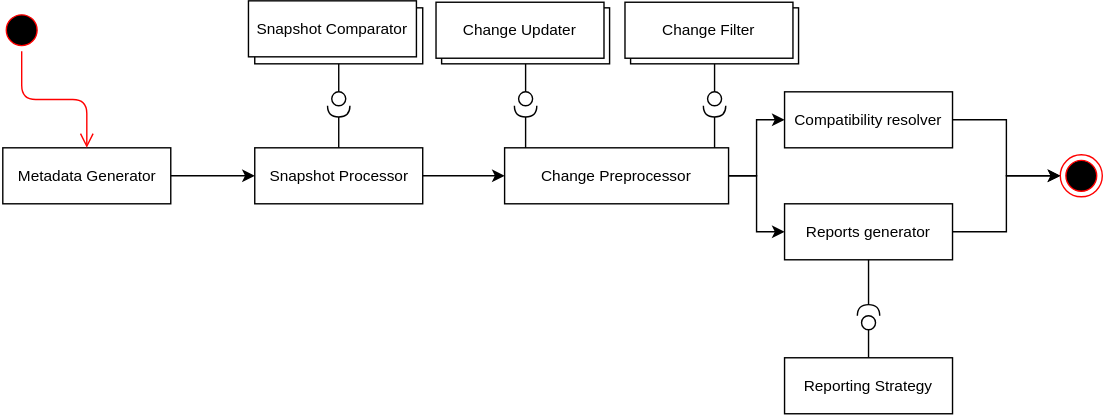
pavel-surinin/sigtest keeps this draw.io diagram as docs/sigtest flow diagramm.svg. Above is the earlier version. Source tidied: cells renumbered, new cells last; positions are measured from the earlier drawing's top-left corner, leaving out a move shared by most shapes.
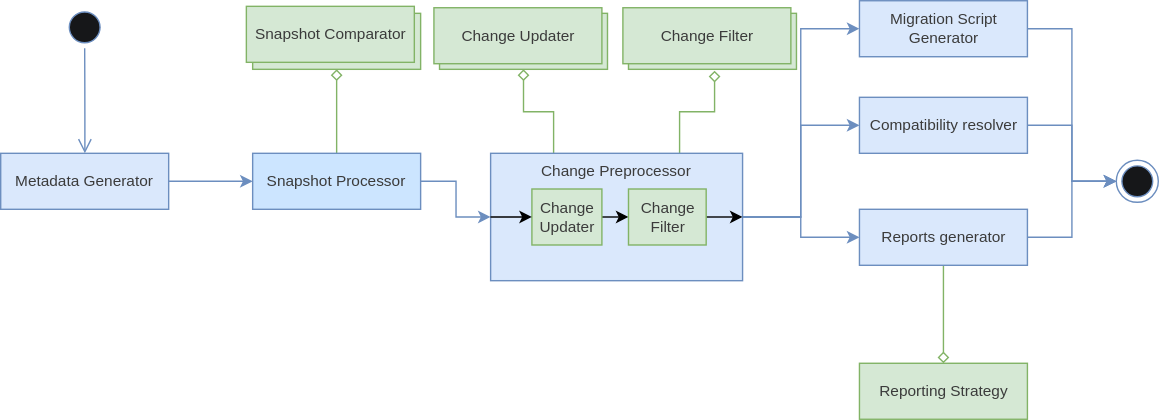
The same file after the commit.

Diff of the diagram source:
```diff
@@ -2,127 +2,109 @@
   <root>
     <mxCell id="0" />
     <mxCell id="1" parent="0" />
-    <mxCell id="2" style="edgeStyle=orthogonalEdgeStyle;rounded=0;jettySize=auto;html=1;exitX=1;exitY=0.5;exitDx=0;exitDy=0;entryX=0;entryY=0.5;entryDx=0;entryDy=0;fontSize=11;" parent="1" edge="1" source="3" target="5">
-      <mxGeometry relative="1" as="geometry">
-        <Array as="points">
-          <mxPoint x="145" y="125" />
-          <mxPoint x="145" y="125" />
-        </Array>
-      </mxGeometry>
+    <mxCell id="2" style="rounded=0;jettySize=auto;html=1;exitX=1;exitY=0.5;exitDx=0;exitDy=0;entryX=0;entryY=0.5;entryDx=0;entryDy=0;fontSize=11;shadow=0;strokeWidth=1;fillColor=#dae8fc;strokeColor=#6C8EBF;edgeStyle=elbowEdgeStyle;fontColor=#3B3B3B;" parent="1" edge="1" source="3" target="5">
+      <mxGeometry relative="1" as="geometry" />
     </mxCell>
-    <mxCell id="3" value="Metadata Generator" style="rounded=0;whiteSpace=wrap;html=1;fontSize=11;" parent="1" vertex="1">
+    <mxCell id="3" value="Metadata Generator" style="rounded=0;whiteSpace=wrap;html=1;fontSize=11;shadow=0;strokeWidth=1;fillColor=#dae8fc;strokeColor=#6c8ebf;fontColor=#3B3B3B;" parent="1" vertex="1">
       <mxGeometry x="1.5" y="105" width="120" height="40" as="geometry" />
     </mxCell>
-    <mxCell id="4" style="edgeStyle=orthogonalEdgeStyle;rounded=0;jettySize=auto;html=1;exitX=1;exitY=0.5;exitDx=0;exitDy=0;fontSize=11;" parent="1" edge="1" source="5" target="20">
+    <mxCell id="4" style="rounded=0;jettySize=auto;html=1;exitX=1;exitY=0.5;exitDx=0;exitDy=0;fontSize=11;shadow=0;strokeWidth=1;fillColor=#cce5ff;strokeColor=#6C8EBF;entryX=0;entryY=0.5;entryDx=0;entryDy=0;edgeStyle=elbowEdgeStyle;fontColor=#3B3B3B;" parent="1" edge="1" source="5" target="20">
       <mxGeometry relative="1" as="geometry" />
     </mxCell>
+    <mxCell id="35" style="edgeStyle=elbowEdgeStyle;rounded=0;jettySize=auto;elbow=vertical;html=1;exitX=0.5;exitY=0;exitDx=0;exitDy=0;entryX=0.5;entryY=1;entryDx=0;entryDy=0;endArrow=diamond;endFill=0;fillColor=#d5e8d4;strokeColor=#82b366;fontColor=#3B3B3B;" parent="1" edge="1" source="5" target="16">
+      <mxGeometry relative="1" as="geometry" />
+    </mxCell>
-    <mxCell id="5" value="Snapshot Processor" style="rounded=0;whiteSpace=wrap;html=1;fontSize=11;" parent="1" vertex="1">
+    <mxCell id="5" value="Snapshot Processor" style="rounded=0;whiteSpace=wrap;html=1;fontSize=11;shadow=0;strokeWidth=1;fillColor=#cce5ff;strokeColor=#6C8EBF;fontColor=#3B3B3B;" parent="1" vertex="1">
       <mxGeometry x="181.5" y="105" width="120" height="40" as="geometry" />
     </mxCell>
-    <mxCell id="6" style="ellipse;html=1;shape=endState;fillColor=#000000;strokeColor=#ff0000;fontSize=11;" parent="1" vertex="1">
-      <mxGeometry x="757" y="110" width="30" height="30" as="geometry" />
+    <mxCell id="6" style="ellipse;html=1;shape=endState;fillColor=#161719;strokeColor=#6c8ebf;fontSize=11;shadow=0;strokeWidth=1;fontColor=#3B3B3B;" parent="1" vertex="1">
+      <mxGeometry x="798.5" y="110" width="30" height="30" as="geometry" />
     </mxCell>
-    <mxCell id="7" style="edgeStyle=orthogonalEdgeStyle;rounded=0;jettySize=auto;html=1;exitX=1;exitY=0.5;exitDx=0;exitDy=0;fontSize=11;entryX=0;entryY=0.5;entryDx=0;entryDy=0;" parent="1" edge="1" source="8" target="6">
+    <mxCell id="7" style="rounded=0;jettySize=auto;html=1;exitX=1;exitY=0.5;exitDx=0;exitDy=0;fontSize=11;entryX=0;entryY=0.5;entryDx=0;entryDy=0;shadow=0;strokeWidth=1;fillColor=#dae8fc;strokeColor=#6c8ebf;edgeStyle=elbowEdgeStyle;fontColor=#3B3B3B;" parent="1" edge="1" source="8" target="6">
       <mxGeometry relative="1" as="geometry" />
     </mxCell>
-    <mxCell id="8" value="Compatibility resolver" style="rounded=0;whiteSpace=wrap;html=1;fontSize=11;" parent="1" vertex="1">
-      <mxGeometry x="560" y="65" width="120" height="40" as="geometry" />
+    <mxCell id="8" value="Compatibility resolver" style="rounded=0;whiteSpace=wrap;html=1;fontSize=11;shadow=0;strokeWidth=1;fillColor=#dae8fc;strokeColor=#6c8ebf;fontColor=#3B3B3B;" parent="1" vertex="1">
+      <mxGeometry x="615" y="65" width="120" height="40" as="geometry" />
     </mxCell>
-    <mxCell id="9" style="edgeStyle=orthogonalEdgeStyle;rounded=0;jettySize=auto;html=1;exitX=1;exitY=0.5;exitDx=0;exitDy=0;entryX=0;entryY=0.5;entryDx=0;entryDy=0;fontSize=11;" parent="1" edge="1" source="10" target="6">
+    <mxCell id="9" style="rounded=0;jettySize=auto;html=1;exitX=1;exitY=0.5;exitDx=0;exitDy=0;entryX=0;entryY=0.5;entryDx=0;entryDy=0;fontSize=11;shadow=0;strokeWidth=1;fillColor=#dae8fc;strokeColor=#6c8ebf;edgeStyle=elbowEdgeStyle;fontColor=#3B3B3B;" parent="1" edge="1" source="10" target="6">
       <mxGeometry relative="1" as="geometry" />
     </mxCell>
+    <mxCell id="36" style="edgeStyle=elbowEdgeStyle;rounded=0;jettySize=auto;html=1;exitX=0.5;exitY=1;exitDx=0;exitDy=0;entryX=0.5;entryY=0;entryDx=0;entryDy=0;endArrow=diamond;endFill=0;elbow=vertical;fillColor=#d5e8d4;strokeColor=#82b366;fontColor=#3B3B3B;" parent="1" edge="1" source="10" target="34">
+      <mxGeometry relative="1" as="geometry" />
+    </mxCell>
-    <mxCell id="10" value="Reports generator" style="rounded=0;whiteSpace=wrap;html=1;fontSize=11;" parent="1" vertex="1">
-      <mxGeometry x="560" y="145" width="120" height="40" as="geometry" />
+    <mxCell id="10" value="Reports generator" style="rounded=0;whiteSpace=wrap;html=1;fontSize=11;shadow=0;strokeWidth=1;fillColor=#dae8fc;strokeColor=#6c8ebf;fontColor=#3B3B3B;" parent="1" vertex="1">
+      <mxGeometry x="615" y="145" width="120" height="40" as="geometry" />
     </mxCell>
-    <mxCell id="11" style="ellipse;html=1;shape=startState;fillColor=#000000;strokeColor=#ff0000;fontSize=11;" parent="1" vertex="1">
-      <mxGeometry y="6" width="30" height="30" as="geometry" />
+    <mxCell id="11" style="ellipse;html=1;shape=startState;fillColor=#161719;strokeColor=#6c8ebf;fontSize=11;shadow=0;strokeWidth=1;fontColor=#3B3B3B;" parent="1" vertex="1">
+      <mxGeometry x="46.5" width="30" height="30" as="geometry" />
     </mxCell>
-    <mxCell id="12" style="edgeStyle=orthogonalEdgeStyle;html=1;verticalAlign=bottom;endArrow=open;endSize=8;strokeColor=#ff0000;fontSize=11;" parent="1" edge="1" source="11" target="3">
+    <mxCell id="12" style="html=1;verticalAlign=bottom;endArrow=open;endSize=8;strokeColor=#6c8ebf;fontSize=11;shadow=0;strokeWidth=1;fillColor=#dae8fc;edgeStyle=elbowEdgeStyle;fontColor=#3B3B3B;" parent="1" edge="1" source="11" target="3">
       <mxGeometry relative="1" as="geometry" />
     </mxCell>
-    <mxCell id="13" style="rounded=0;jettySize=auto;html=1;endArrow=none;endFill=0;fontSize=11;" parent="1" edge="1" target="15">
-      <mxGeometry relative="1" as="geometry">
-        <mxPoint x="241.5" y="45" as="sourcePoint" />
-      </mxGeometry>
-    </mxCell>
-    <mxCell id="14" style="rounded=0;jettySize=auto;html=1;endArrow=halfCircle;endFill=0;endSize=6;strokeWidth=1;fontSize=11;exitX=0.5;exitY=0;exitDx=0;exitDy=0;" parent="1" edge="1" source="5">
-      <mxGeometry relative="1" as="geometry">
-        <mxPoint x="241.5" y="75" as="targetPoint" />
-      </mxGeometry>
-    </mxCell>
-    <mxCell id="15" style="ellipse;whiteSpace=wrap;html=1;fontFamily=Helvetica;fontSize=12;fontColor=#000000;align=center;strokeColor=#000000;fillColor=#ffffff;points=[];" parent="1" vertex="1">
-      <mxGeometry x="236.5" y="65" width="10" height="10" as="geometry" />
-    </mxCell>
-    <mxCell id="16" value="Snapshot Comparator" style="rounded=0;whiteSpace=wrap;html=1;fontSize=11;" parent="1" vertex="1">
+    <mxCell id="16" value="Snapshot Comparator" style="rounded=0;whiteSpace=wrap;html=1;fontSize=11;shadow=0;strokeWidth=1;fillColor=#d5e8d4;strokeColor=#82b366;fontColor=#3B3B3B;" parent="1" vertex="1">
       <mxGeometry x="181.5" y="5" width="120" height="40" as="geometry" />
     </mxCell>
-    <mxCell id="17" value="Snapshot Comparator" style="rounded=0;whiteSpace=wrap;html=1;fontSize=11;" parent="1" vertex="1">
+    <mxCell id="17" value="Snapshot Comparator" style="rounded=0;whiteSpace=wrap;html=1;fontSize=11;shadow=0;strokeWidth=1;fillColor=#d5e8d4;strokeColor=#82b366;fontColor=#3B3B3B;" parent="1" vertex="1">
       <mxGeometry x="177" width="120" height="40" as="geometry" />
     </mxCell>
-    <mxCell id="18" style="edgeStyle=orthogonalEdgeStyle;rounded=0;jettySize=auto;html=1;exitX=1;exitY=0.5;exitDx=0;exitDy=0;fontSize=11;" parent="1" edge="1" source="20" target="8">
+    <mxCell id="18" style="rounded=0;jettySize=auto;html=1;exitX=1;exitY=0.5;exitDx=0;exitDy=0;fontSize=11;shadow=0;strokeWidth=1;fillColor=#dae8fc;strokeColor=#6c8ebf;edgeStyle=elbowEdgeStyle;fontColor=#3B3B3B;" parent="1" edge="1" source="20" target="8">
       <mxGeometry relative="1" as="geometry" />
     </mxCell>
-    <mxCell id="19" style="edgeStyle=orthogonalEdgeStyle;rounded=0;jettySize=auto;html=1;exitX=1;exitY=0.5;exitDx=0;exitDy=0;fontSize=11;" parent="1" edge="1" source="20" target="10">
+    <mxCell id="19" style="rounded=0;jettySize=auto;html=1;exitX=1;exitY=0.5;exitDx=0;exitDy=0;fontSize=11;shadow=0;strokeWidth=1;fillColor=#dae8fc;strokeColor=#6c8ebf;edgeStyle=elbowEdgeStyle;fontColor=#3B3B3B;" parent="1" edge="1" source="20" target="10">
       <mxGeometry relative="1" as="geometry" />
     </mxCell>
+    <mxCell id="37" style="rounded=0;jettySize=auto;html=1;entryX=0;entryY=0.5;entryDx=0;entryDy=0;shadow=0;strokeWidth=1;fillColor=#dae8fc;strokeColor=#6c8ebf;edgeStyle=elbowEdgeStyle;fontColor=#3B3B3B;" parent="1" edge="1" source="20" target="41">
+      <mxGeometry relative="1" as="geometry" />
+    </mxCell>
+    <mxCell id="38" style="edgeStyle=elbowEdgeStyle;rounded=0;jettySize=auto;elbow=vertical;html=1;exitX=0.75;exitY=0;exitDx=0;exitDy=0;endArrow=diamond;endFill=0;fillColor=#d5e8d4;strokeColor=#82b366;fontColor=#3B3B3B;" parent="1" edge="1" source="20">
+      <mxGeometry relative="1" as="geometry">
+        <mxPoint x="511.5" y="46" as="targetPoint" />
+      </mxGeometry>
+    </mxCell>
+    <mxCell id="39" style="edgeStyle=elbowEdgeStyle;rounded=0;jettySize=auto;elbow=vertical;html=1;exitX=0.25;exitY=0;exitDx=0;exitDy=0;entryX=0.5;entryY=1;entryDx=0;entryDy=0;endArrow=diamond;endFill=0;fillColor=#d5e8d4;strokeColor=#82b366;fontColor=#3B3B3B;" parent="1" edge="1" source="20" target="29">
+      <mxGeometry relative="1" as="geometry" />
+    </mxCell>
-    <mxCell id="20" value="Change Preprocessor" style="rounded=0;whiteSpace=wrap;html=1;fontSize=11;" parent="1" vertex="1">
-      <mxGeometry x="360" y="105" width="160" height="40" as="geometry" />
+    <mxCell id="20" value="Change Preprocessor" style="rounded=0;whiteSpace=wrap;html=1;fontSize=11;shadow=0;strokeWidth=1;fillColor=#dae8fc;strokeColor=#6C8EBF;verticalAlign=top;fontColor=#3B3B3B;" parent="1" vertex="1">
+      <mxGeometry x="351.5" y="105" width="180" height="91" as="geometry" />
     </mxCell>
-    <mxCell id="21" style="rounded=0;jettySize=auto;html=1;endArrow=none;endFill=0;fontSize=11;" parent="1" edge="1" target="23">
-      <mxGeometry relative="1" as="geometry">
-        <mxPoint x="510" y="45" as="sourcePoint" />
-      </mxGeometry>
-    </mxCell>
-    <mxCell id="22" style="rounded=0;orthogonalLoop=1;jettySize=auto;html=1;endArrow=halfCircle;endFill=0;endSize=6;strokeWidth=1;fontSize=11;exitX=0.5;exitY=0;exitDx=0;exitDy=0;" parent="1" edge="1">
-      <mxGeometry relative="1" as="geometry">
-        <mxPoint x="510" y="105" as="sourcePoint" />
-        <mxPoint x="510" y="75" as="targetPoint" />
-      </mxGeometry>
-    </mxCell>
-    <mxCell id="23" style="ellipse;whiteSpace=wrap;html=1;fontFamily=Helvetica;fontSize=12;fontColor=#000000;align=center;strokeColor=#000000;fillColor=#ffffff;points=[];" parent="1" vertex="1">
-      <mxGeometry x="505" y="65" width="10" height="10" as="geometry" />
-    </mxCell>
-    <mxCell id="24" value="Change Filter" style="rounded=0;whiteSpace=wrap;html=1;fontSize=11;" parent="1" vertex="1">
+    <mxCell id="24" value="Change Filter" style="rounded=0;whiteSpace=wrap;html=1;fontSize=11;shadow=0;strokeWidth=1;fillColor=#d5e8d4;strokeColor=#82b366;fontColor=#3B3B3B;" parent="1" vertex="1">
       <mxGeometry x="450" y="5" width="120" height="40" as="geometry" />
     </mxCell>
-    <mxCell id="25" value="Change Filter" style="rounded=0;whiteSpace=wrap;html=1;fontSize=11;" parent="1" vertex="1">
+    <mxCell id="25" value="Change Filter" style="rounded=0;whiteSpace=wrap;html=1;fontSize=11;shadow=0;strokeWidth=1;fillColor=#d5e8d4;strokeColor=#82b366;fontColor=#3B3B3B;" parent="1" vertex="1">
       <mxGeometry x="446" y="1" width="120" height="40" as="geometry" />
     </mxCell>
-    <mxCell id="26" style="rounded=0;jettySize=auto;html=1;endArrow=none;endFill=0;fontSize=11;" parent="1" edge="1" target="28">
-      <mxGeometry relative="1" as="geometry">
-        <mxPoint x="375" y="45" as="sourcePoint" />
-      </mxGeometry>
-    </mxCell>
-    <mxCell id="27" style="rounded=0;orthogonalLoop=1;jettySize=auto;html=1;endArrow=halfCircle;endFill=0;endSize=6;strokeWidth=1;fontSize=11;exitX=0.5;exitY=0;exitDx=0;exitDy=0;" parent="1" edge="1">
-      <mxGeometry relative="1" as="geometry">
-        <mxPoint x="375" y="105" as="sourcePoint" />
-        <mxPoint x="375" y="75" as="targetPoint" />
-      </mxGeometry>
-    </mxCell>
-    <mxCell id="28" style="ellipse;whiteSpace=wrap;html=1;fontFamily=Helvetica;fontSize=12;fontColor=#000000;align=center;strokeColor=#000000;fillColor=#ffffff;points=[];" parent="1" vertex="1">
-      <mxGeometry x="370" y="65" width="10" height="10" as="geometry" />
-    </mxCell>
-    <mxCell id="29" value="Change Filter" style="rounded=0;whiteSpace=wrap;html=1;fontSize=11;" parent="1" vertex="1">
+    <mxCell id="29" value="Change Filter" style="rounded=0;whiteSpace=wrap;html=1;fontSize=11;shadow=0;strokeWidth=1;fillColor=#d5e8d4;strokeColor=#82b366;fontColor=#3B3B3B;" parent="1" vertex="1">
       <mxGeometry x="315" y="5" width="120" height="40" as="geometry" />
     </mxCell>
-    <mxCell id="30" value="Change Updater" style="rounded=0;whiteSpace=wrap;html=1;fontSize=11;" parent="1" vertex="1">
+    <mxCell id="30" value="Change Updater" style="rounded=0;whiteSpace=wrap;html=1;fontSize=11;shadow=0;strokeWidth=1;fillColor=#d5e8d4;strokeColor=#82b366;fontColor=#3B3B3B;" parent="1" vertex="1">
       <mxGeometry x="311" y="1" width="120" height="40" as="geometry" />
     </mxCell>
-    <mxCell id="31" style="rounded=0;jettySize=auto;html=1;endArrow=none;endFill=0;fontSize=11;" parent="1" edge="1" target="33">
-      <mxGeometry relative="1" as="geometry">
-        <mxPoint x="620" y="255" as="sourcePoint" />
-      </mxGeometry>
-    </mxCell>
-    <mxCell id="32" style="rounded=0;jettySize=auto;html=1;endArrow=halfCircle;endFill=0;endSize=6;strokeWidth=1;fontSize=11;exitX=0.5;exitY=1;exitDx=0;exitDy=0;" parent="1" edge="1" source="10">
-      <mxGeometry relative="1" as="geometry">
-        <mxPoint x="620" y="225" as="targetPoint" />
-      </mxGeometry>
-    </mxCell>
-    <mxCell id="33" style="ellipse;whiteSpace=wrap;html=1;fontFamily=Helvetica;fontSize=12;fontColor=#000000;align=center;strokeColor=#000000;fillColor=#ffffff;points=[];" parent="1" vertex="1">
-      <mxGeometry x="615" y="225" width="10" height="10" as="geometry" />
-    </mxCell>
-    <mxCell id="34" value="Reporting Strategy" style="rounded=0;whiteSpace=wrap;html=1;fontSize=11;" parent="1" vertex="1">
-      <mxGeometry x="560" y="255" width="120" height="40" as="geometry" />
+    <mxCell id="34" value="Reporting Strategy" style="rounded=0;whiteSpace=wrap;html=1;fontSize=11;shadow=0;strokeWidth=1;fillColor=#d5e8d4;strokeColor=#82b366;fontColor=#3B3B3B;" parent="1" vertex="1">
+      <mxGeometry x="615" y="255" width="120" height="40" as="geometry" />
     </mxCell>
+    <mxCell id="40" style="rounded=0;jettySize=auto;html=1;exitX=1;exitY=0.5;exitDx=0;exitDy=0;entryX=0;entryY=0.5;entryDx=0;entryDy=0;shadow=0;strokeWidth=1;fillColor=#dae8fc;strokeColor=#6c8ebf;edgeStyle=elbowEdgeStyle;fontColor=#3B3B3B;" parent="1" edge="1" source="41" target="6">
+      <mxGeometry relative="1" as="geometry" />
+    </mxCell>
+    <mxCell id="41" value="Migration Script Generator" style="rounded=0;whiteSpace=wrap;html=1;fontSize=11;shadow=0;strokeWidth=1;fillColor=#dae8fc;strokeColor=#6c8ebf;fontColor=#3B3B3B;" parent="1" vertex="1">
+      <mxGeometry x="615" y="-4" width="120" height="40" as="geometry" />
+    </mxCell>
+    <mxCell id="42" style="rounded=0;jettySize=auto;html=1;exitX=1;exitY=0.5;exitDx=0;exitDy=0;entryX=0;entryY=0.5;entryDx=0;entryDy=0;edgeStyle=elbowEdgeStyle;fontColor=#3B3B3B;" parent="1" edge="1" source="43" target="45">
+      <mxGeometry relative="1" as="geometry" />
+    </mxCell>
+    <mxCell id="43" value="Change Updater" style="rounded=0;whiteSpace=wrap;html=1;fontSize=11;shadow=0;strokeWidth=1;fillColor=#d5e8d4;strokeColor=#82b366;fontColor=#3B3B3B;" parent="1" vertex="1">
+      <mxGeometry x="381" y="130.5" width="50" height="40" as="geometry" />
+    </mxCell>
+    <mxCell id="44" style="rounded=0;jettySize=auto;html=1;exitX=1;exitY=0.5;exitDx=0;exitDy=0;entryX=1;entryY=0.5;entryDx=0;entryDy=0;edgeStyle=elbowEdgeStyle;fontColor=#3B3B3B;" parent="1" edge="1" source="45" target="20">
+      <mxGeometry relative="1" as="geometry" />
+    </mxCell>
+    <mxCell id="45" value="Change Filter" style="rounded=0;whiteSpace=wrap;html=1;fontSize=11;shadow=0;strokeWidth=1;fillColor=#d5e8d4;strokeColor=#82b366;fontColor=#3B3B3B;" parent="1" vertex="1">
+      <mxGeometry x="450" y="130.5" width="55.5" height="40" as="geometry" />
+    </mxCell>
+    <mxCell id="46" style="edgeStyle=elbowEdgeStyle;rounded=0;orthogonalLoop=1;jettySize=auto;html=1;exitX=0;exitY=0.5;exitDx=0;exitDy=0;fontColor=#3B3B3B;" parent="1" edge="1" source="20" target="20">
+      <mxGeometry relative="1" as="geometry" />
+    </mxCell>
+    <mxCell id="47" style="edgeStyle=elbowEdgeStyle;rounded=0;jettySize=auto;html=1;exitX=0;exitY=0.5;exitDx=0;exitDy=0;entryX=0;entryY=0.5;entryDx=0;entryDy=0;fontColor=#3B3B3B;" parent="1" edge="1" source="20" target="43">
+      <mxGeometry relative="1" as="geometry" />
+    </mxCell>
   </root>
 </mxGraphModel>
```
